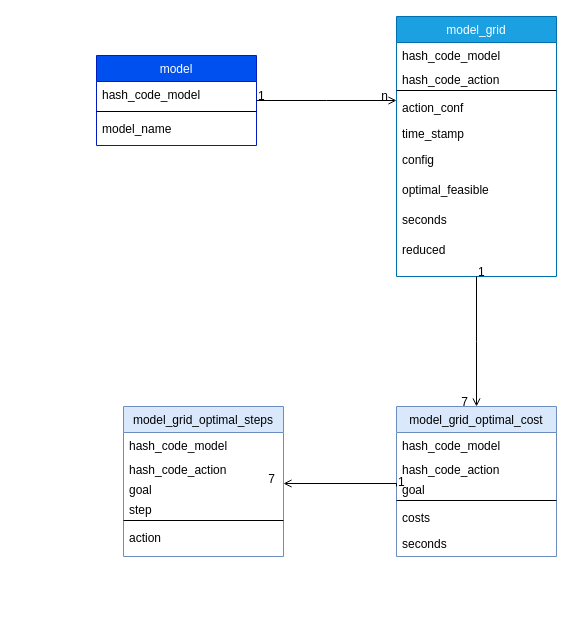
Before: Datenmodell.drawio in MatthiasWikenheiser/goal_recognition, a draw.io diagram. Source tidied: cells renumbered, new cells numbered last; positions are measured from the earlier drawing's top-left corner, leaving out a move shared by most shapes. Both pictures are drawn from the tidied source at 100%, with x=0, y=0 at pixel (96, 16).
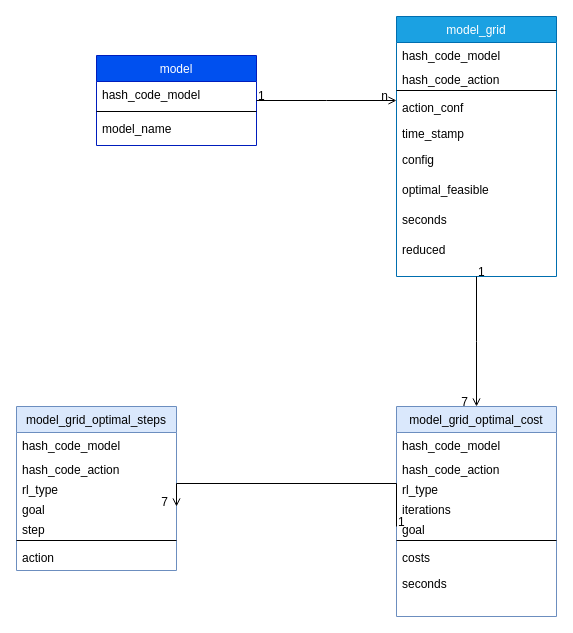
The same page after the edit.

The edit, as a diff of the source:
```diff
@@
     <mxCell id="19" value="model_grid_optimal_cost&#10;" style="swimlane;fontStyle=0;align=center;verticalAlign=top;horizontal=1;startSize=26;rounded=0;shadow=0;strokeWidth=1;fillColor=#dae8fc;strokeColor=#6c8ebf;" parent="1" vertex="1">
-      <mxGeometry x="300" y="390" width="160" height="150" as="geometry" />
+      <mxGeometry x="300" y="390" width="160" height="210" as="geometry" />
     </mxCell>
@@
+    <mxCell id="39" value="rl_type&#10;" style="text;align=left;verticalAlign=top;spacingLeft=4;spacingRight=4;overflow=hidden;" parent="19" vertex="1">
+      <mxGeometry y="70" width="160" height="20" as="geometry" />
+    </mxCell>
+    <mxCell id="40" value="iterations" style="text;align=left;verticalAlign=top;spacingLeft=4;spacingRight=4;overflow=hidden;" parent="19" vertex="1">
+      <mxGeometry y="90" width="160" height="20" as="geometry" />
+    </mxCell>
     <mxCell id="22" value="goal" style="text;align=left;verticalAlign=top;spacingLeft=4;spacingRight=4;overflow=hidden;points=[[0,0.5],[1,0.5]];portConstraint=eastwest;" parent="19" vertex="1">
-      <mxGeometry y="70" width="160" height="20" as="geometry" />
+      <mxGeometry y="110" width="160" height="20" as="geometry" />
     </mxCell>
     <mxCell id="23" style="line;html=1;strokeWidth=1;align=left;verticalAlign=middle;spacingTop=-1;spacingLeft=3;spacingRight=3;labelPosition=right;" parent="19" vertex="1">
-      <mxGeometry y="90" width="160" height="8" as="geometry" />
+      <mxGeometry y="130" width="160" height="8" as="geometry" />
     </mxCell>
     <mxCell id="24" value="costs" style="text;align=left;verticalAlign=top;spacingLeft=4;spacingRight=4;overflow=hidden;" parent="19" vertex="1">
-      <mxGeometry y="98" width="160" height="26" as="geometry" />
+      <mxGeometry y="138" width="160" height="26" as="geometry" />
     </mxCell>
     <mxCell id="25" value="seconds" style="text;align=left;verticalAlign=top;spacingLeft=4;spacingRight=4;overflow=hidden;" parent="19" vertex="1">
-      <mxGeometry y="124" width="160" height="26" as="geometry" />
+      <mxGeometry y="164" width="160" height="26" as="geometry" />
     </mxCell>
@@
     <mxCell id="29" value="model_grid_optimal_steps&#10;" style="swimlane;fontStyle=0;align=center;verticalAlign=top;horizontal=1;startSize=26;rounded=0;shadow=0;strokeWidth=1;fillColor=#dae8fc;strokeColor=#6c8ebf;" parent="1" vertex="1">
-      <mxGeometry x="27" y="390" width="160" height="150" as="geometry" />
+      <mxGeometry x="-80" y="390" width="160" height="164" as="geometry" />
     </mxCell>
@@
+    <mxCell id="41" value="rl_type" style="text;align=left;verticalAlign=top;spacingLeft=4;spacingRight=4;overflow=hidden;" parent="29" vertex="1">
+      <mxGeometry y="70" width="160" height="20" as="geometry" />
+    </mxCell>
     <mxCell id="32" value="goal" style="text;align=left;verticalAlign=top;spacingLeft=4;spacingRight=4;overflow=hidden;points=[[0,0.5],[1,0.5]];portConstraint=eastwest;" parent="29" vertex="1">
-      <mxGeometry y="70" width="160" height="20" as="geometry" />
+      <mxGeometry y="90" width="160" height="20" as="geometry" />
     </mxCell>
     <mxCell id="33" value="step" style="text;align=left;verticalAlign=top;spacingLeft=4;spacingRight=4;overflow=hidden;" parent="29" vertex="1">
-      <mxGeometry y="90" width="160" height="20" as="geometry" />
+      <mxGeometry y="110" width="160" height="20" as="geometry" />
     </mxCell>
     <mxCell id="34" style="line;html=1;strokeWidth=1;align=left;verticalAlign=middle;spacingTop=-1;spacingLeft=3;spacingRight=3;labelPosition=right;" parent="29" vertex="1">
-      <mxGeometry y="110" width="160" height="8" as="geometry" />
+      <mxGeometry y="130" width="160" height="8" as="geometry" />
     </mxCell>
     <mxCell id="35" value="action" style="text;align=left;verticalAlign=top;spacingLeft=4;spacingRight=4;overflow=hidden;" parent="29" vertex="1">
-      <mxGeometry y="118" width="160" height="26" as="geometry" />
+      <mxGeometry y="138" width="160" height="26" as="geometry" />
     </mxCell>
-    <mxCell id="36" style="endArrow=open;shadow=0;strokeWidth=1;rounded=0;endFill=1;edgeStyle=elbowEdgeStyle;elbow=vertical;exitX=0;exitY=0.5;exitDx=0;exitDy=0;" parent="1" edge="1" source="22" target="32">
+    <mxCell id="36" style="endArrow=open;shadow=0;strokeWidth=1;rounded=0;endFill=1;edgeStyle=elbowEdgeStyle;elbow=vertical;exitX=0;exitY=0.5;exitDx=0;exitDy=0;entryX=1;entryY=0.5;entryDx=0;entryDy=0;" parent="1" edge="1" source="22" target="32">
       <mxGeometry x="0.5" y="41" relative="1" as="geometry">
         <Array as="points">
           <mxPoint x="250" y="467" />
         </Array>
         <mxPoint x="-40" y="32" as="offset" />
       </mxGeometry>
     </mxCell>
```
